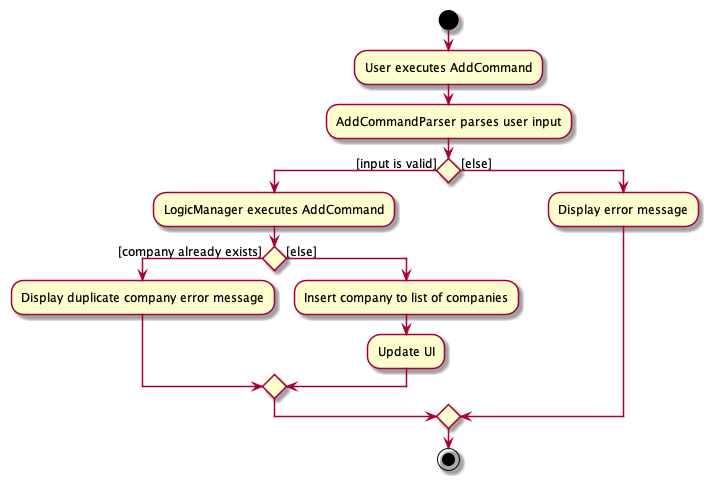
tayruxin/tp keeps this PlantUML diagram as docs/images/AddActivityDiagram.png. Above is the earlier version.
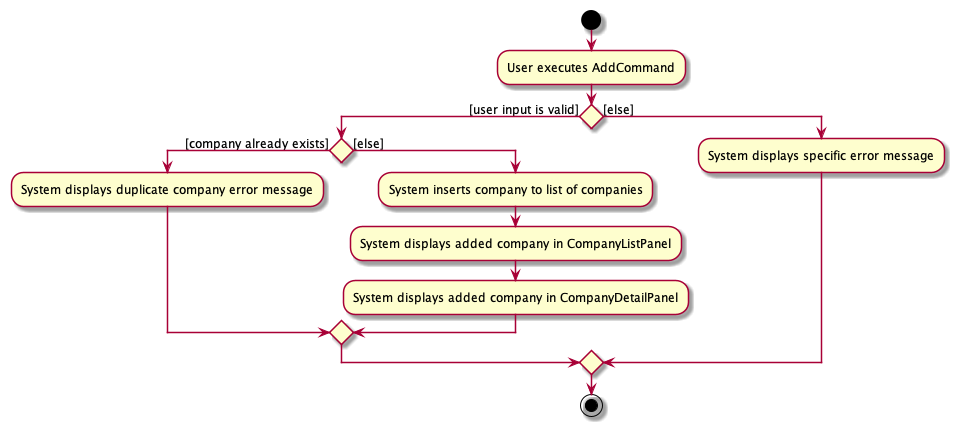
The same file after the commit.

What changed in the source:
```diff
@@ -4,20 +4,19 @@
 skinparam ArrowFontSize 12
 start
 :User executes AddCommand;
-:AddCommandParser parses user input;
 
 
-if () then ([input is valid])
-    :LogicManager executes AddCommand;
+if () then ([user input is valid])
     if () then ([company already exists])
-        :Display duplicate company error message;
+        :System displays duplicate company error message;
     else ([else])
-        :Insert company to list of companies;
-        :Update UI;
+        :System inserts company to list of companies;
+        :System displays added company in CompanyListPanel;
+        :System displays added company in CompanyDetailPanel;
     endif
 
 else ([else])
-:Display error message;
+:System displays specific error message;
 
 endif
 stop
```
